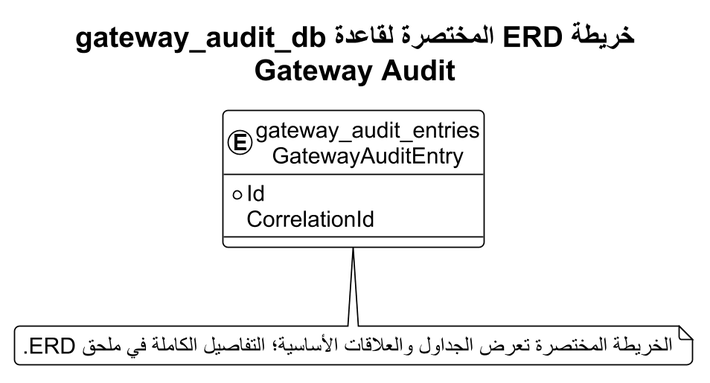
Before: docs/thesis_diagrams/database_erdds/compact_rendered/01_gatewayaudit_compact.png, a diagram exported from PlantUML (omardefdev/HRManagement). Its diagram source:
```plantuml
@startuml
!theme plain
skinparam backgroundColor #FFFFFF
skinparam defaultFontName Arial
skinparam defaultFontSize 17
skinparam shadowing false
skinparam roundcorner 8
skinparam linetype ortho
skinparam dpi 170
skinparam EntityBorderColor #0F6B73
skinparam EntityBackgroundColor #F4FAFA
top to bottom direction
title "خريطة ERD المختصرة لقاعدة gateway_audit_db\nGateway Audit"

entity "gateway_audit_entries\nGatewayAuditEntry" as T01 {
  * Id
    CorrelationId
}


note bottom
الخريطة المختصرة تعرض الجداول والعلاقات الأساسية؛ التفاصيل الكاملة في ملحق ERD.
end note
@enduml
```
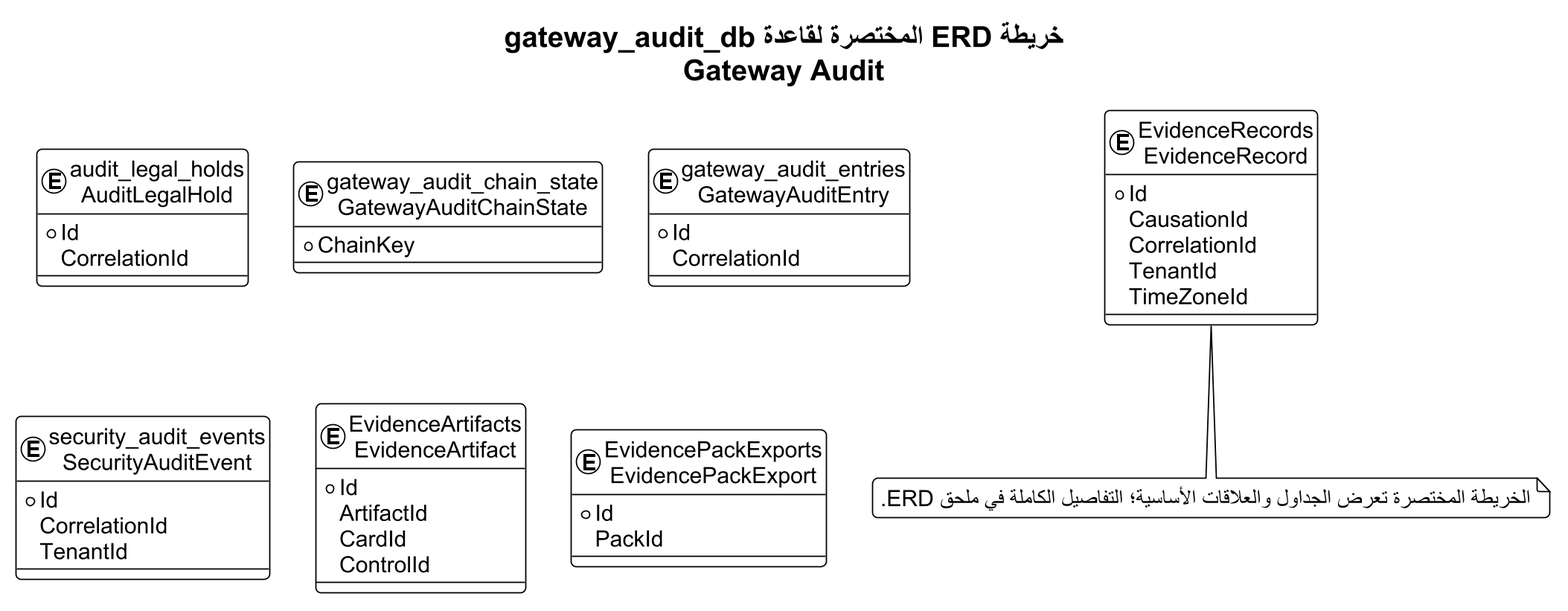
Above is the later version.

Change to the diagram source:
```diff
@@ -12,9 +12,38 @@
 top to bottom direction
 title "خريطة ERD المختصرة لقاعدة gateway_audit_db\nGateway Audit"
 
-entity "gateway_audit_entries\nGatewayAuditEntry" as T01 {
+entity "audit_legal_holds\nAuditLegalHold" as T01 {
   * Id
     CorrelationId
+}
+entity "gateway_audit_chain_state\nGatewayAuditChainState" as T02 {
+  * ChainKey
+}
+entity "gateway_audit_entries\nGatewayAuditEntry" as T03 {
+  * Id
+    CorrelationId
+}
+entity "security_audit_events\nSecurityAuditEvent" as T04 {
+  * Id
+    CorrelationId
+    TenantId
+}
+entity "EvidenceArtifacts\nEvidenceArtifact" as T05 {
+  * Id
+    ArtifactId
+    CardId
+    ControlId
+}
+entity "EvidencePackExports\nEvidencePackExport" as T06 {
+  * Id
+    PackId
+}
+entity "EvidenceRecords\nEvidenceRecord" as T07 {
+  * Id
+    CausationId
+    CorrelationId
+    TenantId
+    TimeZoneId
 }
 
 
```
